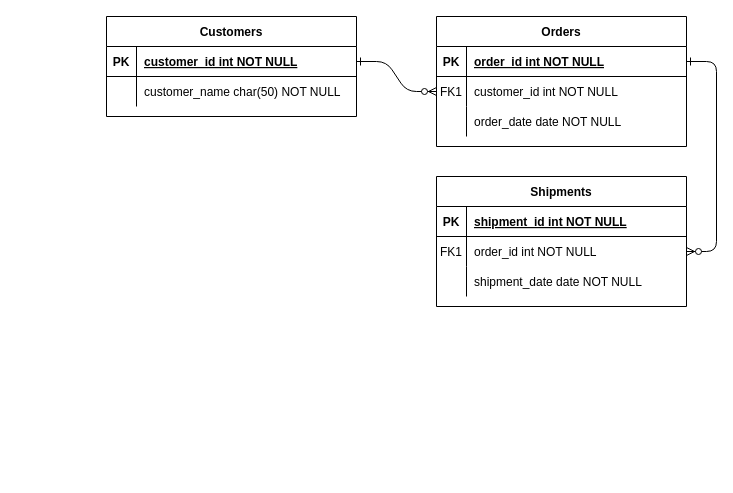
Before: Untitled Diagram.drawio in dublesy/dublesy, a draw.io diagram. Source tidied: cells renumbered, new cells numbered last; positions are measured from the earlier drawing's top-left corner, leaving out a move shared by most shapes. Both pictures are drawn from the tidied source at 100%, with x=0, y=0 at pixel (106, 16).
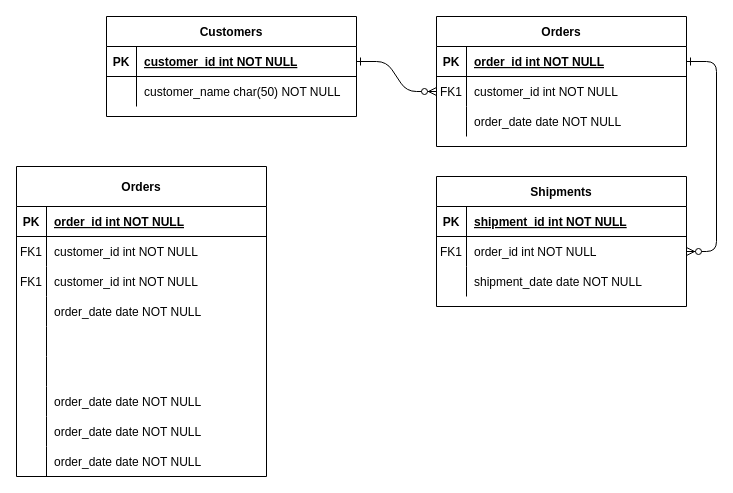
After the change.

The change refers to these unchanged cells:
```xml
<mxCell id="5" style="shape=partialRectangle;fillColor=none;points=[[0,0.5],[1,0.5]];portConstraint=eastwest;top=0;left=0;right=0;bottom=1;" parent="4" vertex="1">
  <mxGeometry y="30" width="250" height="30" as="geometry" />
</mxCell>
<mxCell id="8" style="shape=partialRectangle;fillColor=none;points=[[0,0.5],[1,0.5]];portConstraint=eastwest;top=0;left=0;right=0;bottom=0;" parent="4" vertex="1">
  <mxGeometry y="60" width="250" height="30" as="geometry" />
</mxCell>
<mxCell id="18" style="shape=partialRectangle;fillColor=none;points=[[0,0.5],[1,0.5]];portConstraint=eastwest;top=0;left=0;right=0;bottom=0;" parent="14" vertex="1">
  <mxGeometry y="60" width="250" height="30" as="geometry" />
</mxCell>
<mxCell id="25" style="shape=partialRectangle;fillColor=none;points=[[0,0.5],[1,0.5]];portConstraint=eastwest;top=0;left=0;right=0;bottom=1;" parent="24" vertex="1">
  <mxGeometry y="30" width="250" height="30" as="geometry" />
</mxCell>
```

Change to the diagram source:
```diff
@@
-    <mxCell id="2" style="edgeStyle=entityRelationEdgeStyle;endArrow=ERzeroToMany;startArrow=ERone;endFill=1;startFill=0;" parent="1" edge="1" source="25" target="8">
-      <mxGeometry relative="1" as="geometry" />
-    </mxCell>
-    <mxCell id="3" style="edgeStyle=entityRelationEdgeStyle;endArrow=ERzeroToMany;startArrow=ERone;endFill=1;startFill=0;" parent="1" edge="1" source="5" target="18">
-      <mxGeometry relative="1" as="geometry" />
-    </mxCell>
@@
+    <mxCell id="2" style="edgeStyle=entityRelationEdgeStyle;endArrow=ERzeroToMany;startArrow=ERone;endFill=1;startFill=0;" parent="1" edge="1" source="25" target="8">
+      <mxGeometry relative="1" as="geometry" />
+    </mxCell>
+    <mxCell id="3" style="edgeStyle=entityRelationEdgeStyle;endArrow=ERzeroToMany;startArrow=ERone;endFill=1;startFill=0;" parent="1" edge="1" source="5" target="18">
+      <mxGeometry relative="1" as="geometry" />
+    </mxCell>
@@
+    <mxCell id="31" value="Orders" style="shape=table;startSize=40;childLayout=tableLayout;rowLines=0;fontStyle=1;align=center;" parent="1" vertex="1">
+      <mxGeometry x="-90" y="150" width="250" height="310" as="geometry" />
+    </mxCell>
+    <mxCell id="32" style="shape=partialRectangle;fillColor=none;top=0;left=0;right=0;bottom=1;" parent="31" vertex="1">
+      <mxGeometry y="40" width="250" height="30" as="geometry" />
+    </mxCell>
+    <mxCell id="33" value="PK" style="shape=partialRectangle;overflow=hidden;fillColor=none;top=0;left=0;bottom=0;right=0;fontStyle=1;" parent="32" vertex="1">
+      <mxGeometry width="30" height="30" as="geometry" />
+    </mxCell>
+    <mxCell id="34" value="order_id int NOT NULL " style="shape=partialRectangle;overflow=hidden;fillColor=none;top=0;left=0;bottom=0;right=0;align=left;spacingLeft=6;fontStyle=5;" parent="32" vertex="1">
+      <mxGeometry x="30" width="220" height="30" as="geometry" />
+    </mxCell>
+    <mxCell id="35" style="shape=partialRectangle;fillColor=none;top=0;left=0;right=0;bottom=0;" parent="31" vertex="1">
+      <mxGeometry y="70" width="250" height="30" as="geometry" />
+    </mxCell>
+    <mxCell id="36" value="FK1" style="shape=partialRectangle;overflow=hidden;fillColor=none;top=0;left=0;bottom=0;right=0;" parent="35" vertex="1">
+      <mxGeometry width="30" height="30" as="geometry" />
+    </mxCell>
+    <mxCell id="37" value="customer_id int NOT NULL" style="shape=partialRectangle;overflow=hidden;fillColor=none;top=0;left=0;bottom=0;right=0;align=left;spacingLeft=6;" parent="35" vertex="1">
+      <mxGeometry x="30" width="220" height="30" as="geometry" />
+    </mxCell>
+    <mxCell id="38" style="shape=partialRectangle;fillColor=none;top=0;left=0;right=0;bottom=0;" parent="31" vertex="1">
+      <mxGeometry y="100" width="250" height="30" as="geometry" />
+    </mxCell>
+    <mxCell id="39" value="FK1" style="shape=partialRectangle;overflow=hidden;fillColor=none;top=0;left=0;bottom=0;right=0;" parent="38" vertex="1">
+      <mxGeometry width="30" height="30" as="geometry" />
+    </mxCell>
+    <mxCell id="40" value="customer_id int NOT NULL" style="shape=partialRectangle;overflow=hidden;fillColor=none;top=0;left=0;bottom=0;right=0;align=left;spacingLeft=6;" parent="38" vertex="1">
+      <mxGeometry x="30" width="220" height="30" as="geometry" />
+    </mxCell>
+    <mxCell id="41" style="shape=partialRectangle;fillColor=none;top=0;left=0;right=0;bottom=0;" parent="31" vertex="1">
+      <mxGeometry y="130" width="250" height="30" as="geometry" />
+    </mxCell>
+    <mxCell id="42" style="shape=partialRectangle;overflow=hidden;fillColor=none;top=0;left=0;bottom=0;right=0;" parent="41" vertex="1">
+      <mxGeometry width="30" height="30" as="geometry" />
+    </mxCell>
+    <mxCell id="43" value="order_date date NOT NULL" style="shape=partialRectangle;overflow=hidden;fillColor=none;top=0;left=0;bottom=0;right=0;align=left;spacingLeft=6;" parent="41" vertex="1">
+      <mxGeometry x="30" width="220" height="30" as="geometry" />
+    </mxCell>
+    <mxCell id="44" style="shape=partialRectangle;fillColor=none;top=0;left=0;right=0;bottom=0;" parent="31" vertex="1">
+      <mxGeometry y="160" width="250" height="30" as="geometry" />
+    </mxCell>
+    <mxCell id="45" style="shape=partialRectangle;overflow=hidden;fillColor=none;top=0;left=0;bottom=0;right=0;" parent="44" vertex="1">
+      <mxGeometry width="30" height="30" as="geometry" />
+    </mxCell>
+    <mxCell id="46" style="shape=partialRectangle;overflow=hidden;fillColor=none;top=0;left=0;bottom=0;right=0;align=left;spacingLeft=6;" parent="44" vertex="1">
+      <mxGeometry x="30" width="220" height="30" as="geometry" />
+    </mxCell>
+    <mxCell id="47" style="shape=partialRectangle;fillColor=none;top=0;left=0;right=0;bottom=0;" parent="31" vertex="1">
+      <mxGeometry y="190" width="250" height="30" as="geometry" />
+    </mxCell>
+    <mxCell id="48" style="shape=partialRectangle;overflow=hidden;fillColor=none;top=0;left=0;bottom=0;right=0;" parent="47" vertex="1">
+      <mxGeometry width="30" height="30" as="geometry" />
+    </mxCell>
+    <mxCell id="49" style="shape=partialRectangle;overflow=hidden;fillColor=none;top=0;left=0;bottom=0;right=0;align=left;spacingLeft=6;" parent="47" vertex="1">
+      <mxGeometry x="30" width="220" height="30" as="geometry" />
+    </mxCell>
+    <mxCell id="50" style="shape=partialRectangle;fillColor=none;top=0;left=0;right=0;bottom=0;" parent="31" vertex="1">
+      <mxGeometry y="220" width="250" height="30" as="geometry" />
+    </mxCell>
+    <mxCell id="51" style="shape=partialRectangle;overflow=hidden;fillColor=none;top=0;left=0;bottom=0;right=0;" parent="50" vertex="1">
+      <mxGeometry width="30" height="30" as="geometry" />
+    </mxCell>
+    <mxCell id="52" value="order_date date NOT NULL" style="shape=partialRectangle;overflow=hidden;fillColor=none;top=0;left=0;bottom=0;right=0;align=left;spacingLeft=6;" parent="50" vertex="1">
+      <mxGeometry x="30" width="220" height="30" as="geometry" />
+    </mxCell>
+    <mxCell id="53" style="shape=partialRectangle;fillColor=none;top=0;left=0;right=0;bottom=0;" parent="31" vertex="1">
+      <mxGeometry y="250" width="250" height="30" as="geometry" />
+    </mxCell>
+    <mxCell id="54" style="shape=partialRectangle;overflow=hidden;fillColor=none;top=0;left=0;bottom=0;right=0;" parent="53" vertex="1">
+      <mxGeometry width="30" height="30" as="geometry" />
+    </mxCell>
+    <mxCell id="55" value="order_date date NOT NULL" style="shape=partialRectangle;overflow=hidden;fillColor=none;top=0;left=0;bottom=0;right=0;align=left;spacingLeft=6;" parent="53" vertex="1">
+      <mxGeometry x="30" width="220" height="30" as="geometry" />
+    </mxCell>
+    <mxCell id="56" style="shape=partialRectangle;fillColor=none;top=0;left=0;right=0;bottom=0;" parent="31" vertex="1">
+      <mxGeometry y="280" width="250" height="30" as="geometry" />
+    </mxCell>
+    <mxCell id="57" style="shape=partialRectangle;overflow=hidden;fillColor=none;top=0;left=0;bottom=0;right=0;" parent="56" vertex="1">
+      <mxGeometry width="30" height="30" as="geometry" />
+    </mxCell>
+    <mxCell id="58" value="order_date date NOT NULL" style="shape=partialRectangle;overflow=hidden;fillColor=none;top=0;left=0;bottom=0;right=0;align=left;spacingLeft=6;" parent="56" vertex="1">
+      <mxGeometry x="30" width="220" height="30" as="geometry" />
+    </mxCell>
```
